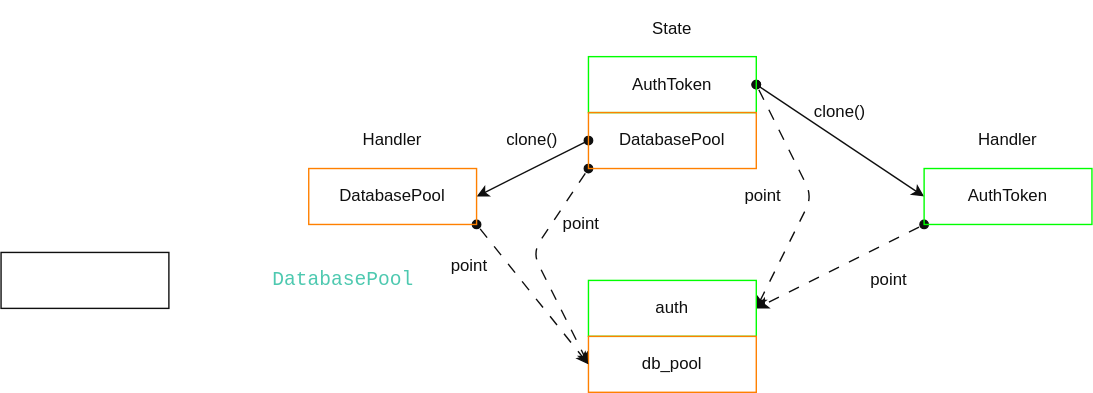
htgithub194/self-study keeps this draw.io diagram as docs/rust/axum/images/fromref.drawio.svg. Above is the earlier version. Source tidied: cells renumbered, new cells last; positions are measured from the earlier drawing's top-left corner, leaving out a move shared by most shapes. Source of this version:
```xml
<mxGraphModel>
  <root>
    <mxCell id="0" />
    <mxCell id="1" parent="0" />
    <mxCell id="2" style="edgeStyle=none;html=1;entryX=1;entryY=0.5;entryDx=0;entryDy=0;fontFamily=Helvetica;fontSize=12;fontColor=light-dark(#0F0F0F,#F0F0F0);exitX=1;exitY=0.5;exitDx=0;exitDy=0;strokeColor=light-dark(#0F0F0F,#F0F0F0);startArrow=oval;startFill=1;flowAnimation=1;" parent="1" edge="1" target="9">
      <mxGeometry relative="1" as="geometry">
        <mxPoint x="540" y="60" as="sourcePoint" />
        <Array as="points">
          <mxPoint x="580" y="140" />
        </Array>
      </mxGeometry>
    </mxCell>
    <mxCell id="3" style="edgeStyle=none;shape=connector;rounded=1;html=1;entryX=0;entryY=0.5;entryDx=0;entryDy=0;strokeColor=light-dark(#0F0F0F,#F0F0F0);align=center;verticalAlign=middle;fontFamily=Helvetica;fontSize=12;fontColor=light-dark(#0F0F0F,#F0F0F0);labelBackgroundColor=default;startArrow=oval;startFill=1;endArrow=classic;exitX=1;exitY=0.5;exitDx=0;exitDy=0;" parent="1" edge="1">
      <mxGeometry relative="1" as="geometry">
        <mxPoint x="540" y="60" as="sourcePoint" />
        <mxPoint x="660" y="140" as="targetPoint" />
      </mxGeometry>
    </mxCell>
    <mxCell id="4" value="State" style="text;html=1;align=center;verticalAlign=middle;whiteSpace=wrap;rounded=0;fontColor=light-dark(#0F0F0F,#F0F0F0);" parent="1" vertex="1">
      <mxGeometry x="420" width="120" height="40" as="geometry" />
    </mxCell>
    <mxCell id="5" style="edgeStyle=none;html=1;entryX=0;entryY=0.5;entryDx=0;entryDy=0;fontFamily=Helvetica;fontSize=12;fontColor=light-dark(#0F0F0F,#F0F0F0);exitX=0;exitY=1;exitDx=0;exitDy=0;strokeColor=light-dark(#0F0F0F,#F0F0F0);startArrow=oval;startFill=1;flowAnimation=1;" parent="1" edge="1" target="10">
      <mxGeometry relative="1" as="geometry">
        <mxPoint x="420" y="120" as="sourcePoint" />
        <Array as="points">
          <mxPoint x="380" y="180" />
        </Array>
      </mxGeometry>
    </mxCell>
    <mxCell id="6" style="edgeStyle=none;shape=connector;rounded=1;html=1;entryX=1;entryY=0.5;entryDx=0;entryDy=0;strokeColor=light-dark(#0F0F0F,#F0F0F0);align=center;verticalAlign=middle;fontFamily=Helvetica;fontSize=12;fontColor=light-dark(#0F0F0F,#F0F0F0);labelBackgroundColor=default;startArrow=oval;startFill=1;endArrow=classic;exitX=0;exitY=0.5;exitDx=0;exitDy=0;" parent="1" edge="1">
      <mxGeometry relative="1" as="geometry">
        <mxPoint x="420" y="100" as="sourcePoint" />
        <mxPoint x="340" y="140" as="targetPoint" />
      </mxGeometry>
    </mxCell>
    <mxCell id="7" value="Handler" style="text;html=1;align=center;verticalAlign=middle;whiteSpace=wrap;rounded=0;fontColor=light-dark(#0F0F0F,#F0F0F0);" parent="1" vertex="1">
      <mxGeometry x="660" y="80" width="120" height="40" as="geometry" />
    </mxCell>
    <mxCell id="8" style="edgeStyle=none;html=1;entryX=1;entryY=0.5;entryDx=0;entryDy=0;fontFamily=Helvetica;fontSize=12;fontColor=light-dark(#0F0F0F,#F0F0F0);strokeColor=light-dark(#0F0F0F,#F0F0F0);startArrow=oval;startFill=1;flowAnimation=1;exitX=0;exitY=1;exitDx=0;exitDy=0;" parent="1" edge="1" target="9">
      <mxGeometry relative="1" as="geometry">
        <mxPoint x="660" y="160" as="sourcePoint" />
      </mxGeometry>
    </mxCell>
    <mxCell id="9" value="auth" style="rounded=0;whiteSpace=wrap;html=1;fontColor=light-dark(#0F0F0F,#F0F0F0);fillColor=none;strokeColor=light-dark(#00FF00,#00FF00);labelBackgroundColor=none;" parent="1" vertex="1">
      <mxGeometry x="420" y="200" width="120" height="40" as="geometry" />
    </mxCell>
    <mxCell id="10" value="db_pool" style="rounded=0;whiteSpace=wrap;html=1;fontColor=light-dark(#0F0F0F,#F0F0F0);fillColor=none;strokeColor=light-dark(#FF8000,#FF8000);labelBackgroundColor=none;" parent="1" vertex="1">
      <mxGeometry x="420" y="240" width="120" height="40" as="geometry" />
    </mxCell>
    <mxCell id="11" value="clone()" style="text;html=1;align=center;verticalAlign=middle;whiteSpace=wrap;rounded=0;fontColor=light-dark(#0F0F0F,#F0F0F0);" parent="1" vertex="1">
      <mxGeometry x="540" y="70" width="120" height="20" as="geometry" />
    </mxCell>
    <mxCell id="12" value="Handler" style="text;html=1;align=center;verticalAlign=middle;whiteSpace=wrap;rounded=0;fontColor=light-dark(#0F0F0F,#F0F0F0);" parent="1" vertex="1">
      <mxGeometry x="220" y="80" width="120" height="40" as="geometry" />
    </mxCell>
    <mxCell id="13" style="edgeStyle=none;shape=connector;rounded=1;html=1;entryX=0;entryY=0.5;entryDx=0;entryDy=0;strokeColor=light-dark(#0F0F0F,#F0F0F0);align=center;verticalAlign=middle;fontFamily=Helvetica;fontSize=12;fontColor=light-dark(#0F0F0F,#F0F0F0);labelBackgroundColor=default;startArrow=oval;startFill=1;endArrow=classic;flowAnimation=1;exitX=1;exitY=1;exitDx=0;exitDy=0;" parent="1" edge="1" target="10">
      <mxGeometry relative="1" as="geometry">
        <mxPoint x="340" y="160" as="sourcePoint" />
      </mxGeometry>
    </mxCell>
    <mxCell id="14" value="clone()" style="text;html=1;align=center;verticalAlign=middle;whiteSpace=wrap;rounded=0;fontColor=light-dark(#0F0F0F,#F0F0F0);" parent="1" vertex="1">
      <mxGeometry x="320" y="90" width="120" height="20" as="geometry" />
    </mxCell>
    <mxCell id="15" value="point" style="text;html=1;align=center;verticalAlign=middle;whiteSpace=wrap;rounded=0;fontColor=light-dark(#0F0F0F,#F0F0F0);" parent="1" vertex="1">
      <mxGeometry x="380" y="150" width="70" height="20" as="geometry" />
    </mxCell>
    <mxCell id="16" value="point" style="text;html=1;align=center;verticalAlign=middle;whiteSpace=wrap;rounded=0;fontColor=light-dark(#0F0F0F,#F0F0F0);" parent="1" vertex="1">
      <mxGeometry x="510" y="130" width="70" height="20" as="geometry" />
    </mxCell>
    <mxCell id="17" value="point" style="text;html=1;align=center;verticalAlign=middle;whiteSpace=wrap;rounded=0;fontColor=light-dark(#0F0F0F,#F0F0F0);" parent="1" vertex="1">
      <mxGeometry x="600" y="190" width="70" height="20" as="geometry" />
    </mxCell>
    <mxCell id="18" value="point" style="text;html=1;align=center;verticalAlign=middle;whiteSpace=wrap;rounded=0;fontColor=light-dark(#0F0F0F,#F0F0F0);" parent="1" vertex="1">
      <mxGeometry x="300" y="180" width="70" height="20" as="geometry" />
    </mxCell>
    <mxCell id="19" value="AuthToken" style="rounded=0;whiteSpace=wrap;html=1;fontColor=light-dark(#0F0F0F,#F0F0F0);fillColor=none;strokeColor=light-dark(#00FF00,#00FF00);labelBackgroundColor=none;" parent="1" vertex="1">
      <mxGeometry x="660" y="120" width="120" height="40" as="geometry" />
    </mxCell>
    <mxCell id="20" value="AuthToken" style="rounded=0;whiteSpace=wrap;html=1;fontColor=light-dark(#0F0F0F,#F0F0F0);fillColor=none;strokeColor=light-dark(#00FF00,#00FF00);labelBackgroundColor=none;" parent="1" vertex="1">
      <mxGeometry x="420" y="40" width="120" height="40" as="geometry" />
    </mxCell>
    <mxCell id="21" value="&lt;div style=&quot;color: rgb(212, 212, 212); font-family: Consolas, &amp;quot;Courier New&amp;quot;, monospace; font-size: 14px; line-height: 19px; white-space: pre;&quot;&gt;&lt;span style=&quot;color: #4ec9b0;&quot;&gt;DatabasePool&lt;/span&gt;&lt;/div&gt;" style="rounded=0;whiteSpace=wrap;html=1;fontColor=light-dark(#0F0F0F,#F0F0F0);fillColor=none;strokeColor=light-dark(#0F0F0F,#F0F0F0);labelBackgroundColor=none;" parent="1" vertex="1">
      <mxGeometry y="180" width="120" height="40" as="geometry" />
    </mxCell>
    <mxCell id="22" value="DatabasePool" style="rounded=0;whiteSpace=wrap;html=1;fontColor=light-dark(#0F0F0F,#F0F0F0);fillColor=none;strokeColor=light-dark(#FF8000,#FF8000);labelBackgroundColor=none;" parent="1" vertex="1">
      <mxGeometry x="220" y="120" width="120" height="40" as="geometry" />
    </mxCell>
    <mxCell id="23" value="DatabasePool" style="rounded=0;whiteSpace=wrap;html=1;fontColor=light-dark(#0F0F0F,#F0F0F0);fillColor=none;strokeColor=light-dark(#FF8000,#FF8000);labelBackgroundColor=none;" parent="1" vertex="1">
      <mxGeometry x="420" y="80" width="120" height="40" as="geometry" />
    </mxCell>
  </root>
</mxGraphModel>
```
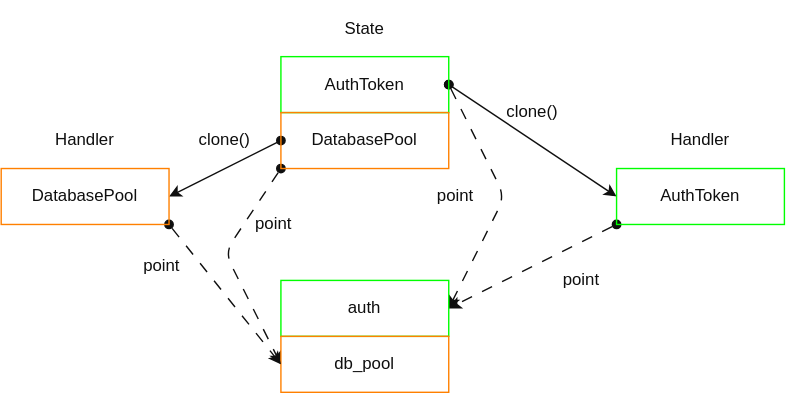
The same diagram one commit later.

Change to the diagram source:
```diff
@@ -79,9 +79,6 @@
     <mxCell id="20" value="AuthToken" style="rounded=0;whiteSpace=wrap;html=1;fontColor=light-dark(#0F0F0F,#F0F0F0);fillColor=none;strokeColor=light-dark(#00FF00,#00FF00);labelBackgroundColor=none;" parent="1" vertex="1">
       <mxGeometry x="420" y="40" width="120" height="40" as="geometry" />
     </mxCell>
-    <mxCell id="21" value="&lt;div style=&quot;color: rgb(212, 212, 212); font-family: Consolas, &amp;quot;Courier New&amp;quot;, monospace; font-size: 14px; line-height: 19px; white-space: pre;&quot;&gt;&lt;span style=&quot;color: #4ec9b0;&quot;&gt;DatabasePool&lt;/span&gt;&lt;/div&gt;" style="rounded=0;whiteSpace=wrap;html=1;fontColor=light-dark(#0F0F0F,#F0F0F0);fillColor=none;strokeColor=light-dark(#0F0F0F,#F0F0F0);labelBackgroundColor=none;" parent="1" vertex="1">
-      <mxGeometry y="180" width="120" height="40" as="geometry" />
-    </mxCell>
     <mxCell id="22" value="DatabasePool" style="rounded=0;whiteSpace=wrap;html=1;fontColor=light-dark(#0F0F0F,#F0F0F0);fillColor=none;strokeColor=light-dark(#FF8000,#FF8000);labelBackgroundColor=none;" parent="1" vertex="1">
       <mxGeometry x="220" y="120" width="120" height="40" as="geometry" />
     </mxCell>
```
